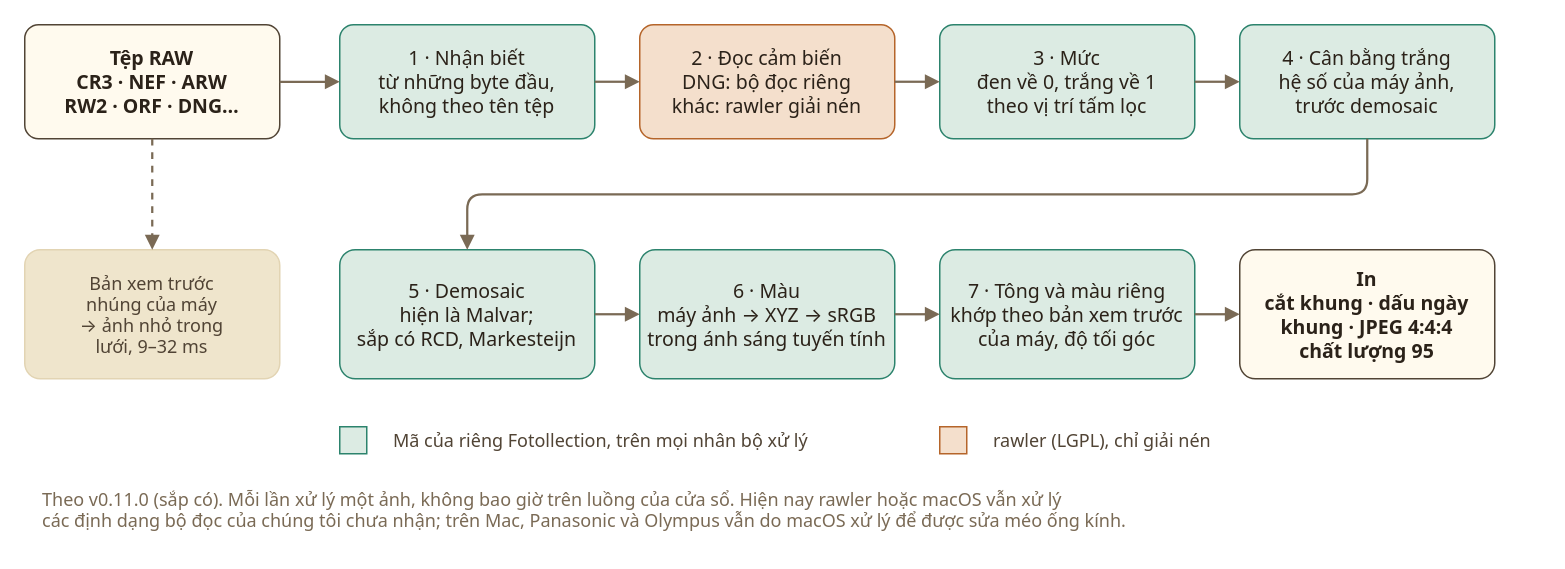
The draw.io diagram page "VI" (2 of 2) of docs/diagrams/raw-develop.drawio in hoangphi01/fotollection, before the edit. Source tidied: cells renumbered, new cells numbered last; positions are measured from the earlier drawing's top-left corner, leaving out a move shared by most shapes. Both pictures are drawn from the tidied source at 150%, with x=0, y=0 at pixel (24, 24).
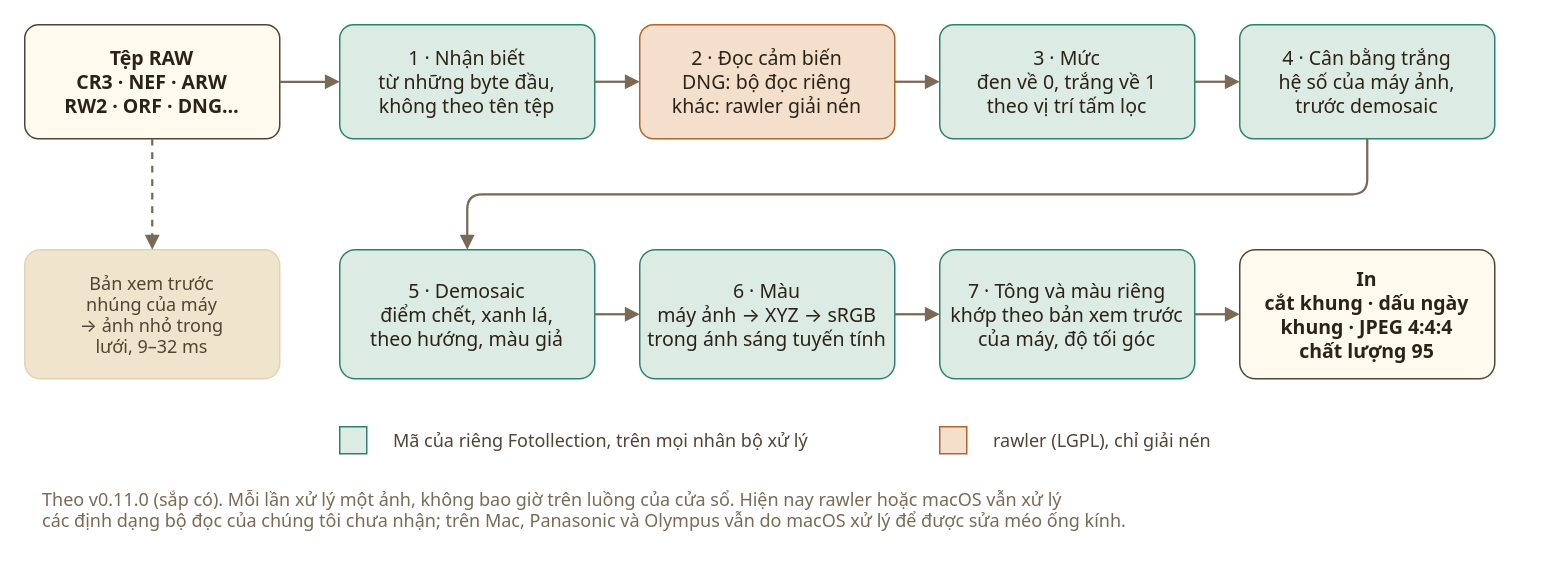
The same page after the edit.

What changed in the source:
```diff
@@
-    <mxCell id="7" value="5 · Demosaic&#10;hiện là Malvar;&#10;sắp có RCD, Markesteijn" style="rounded=1;arcSize=12;whiteSpace=nowrap;html=0;fillColor=#dcebe3;strokeColor=#2c836d;fontColor=#2b2219;fontSize=13;fontFamily=system-ui,-apple-system,Segoe UI,sans-serif;align=center;verticalAlign=middle;spacingLeft=10;spacingRight=10;" parent="1" vertex="1">
+    <mxCell id="7" value="5 · Demosaic&#10;điểm chết, xanh lá,&#10;theo hướng, màu giả" style="rounded=1;arcSize=12;whiteSpace=nowrap;html=0;fillColor=#dcebe3;strokeColor=#2c836d;fontColor=#2b2219;fontSize=13;fontFamily=system-ui,-apple-system,Segoe UI,sans-serif;align=center;verticalAlign=middle;spacingLeft=10;spacingRight=10;" parent="1" vertex="1">
       <mxGeometry x="210" y="150" width="170" height="86" as="geometry" />
     </mxCell>
```
